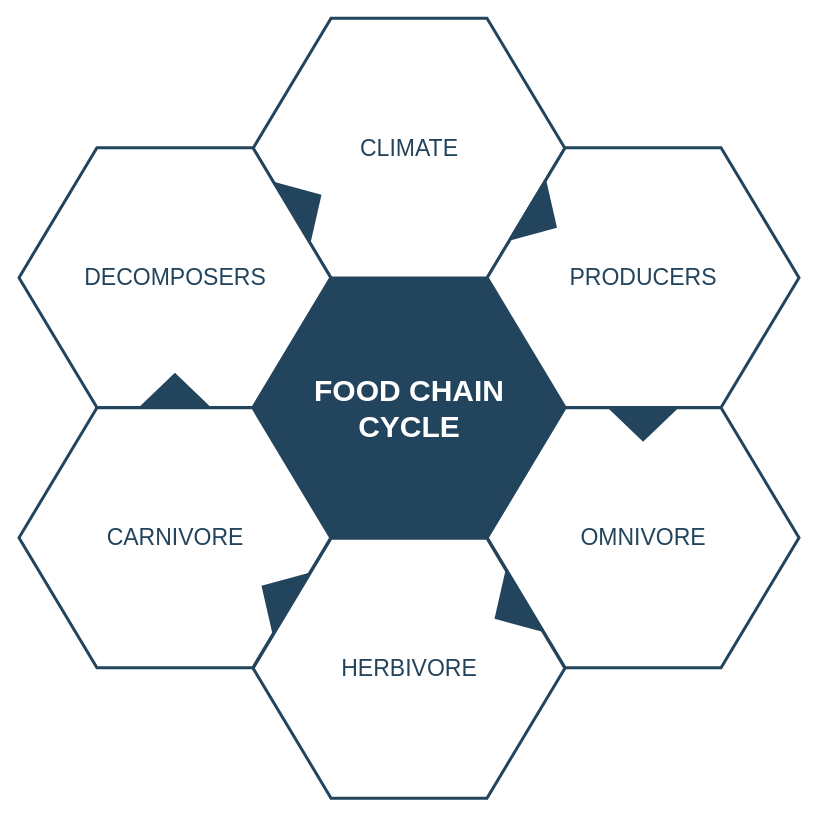
This is Biểu đồ không có tiêu đề.drawio from quanganh296/quanganh, a draw.io file, before an edit. Source tidied: cells renumbered, new cells numbered last; positions are measured from the earlier drawing's top-left corner, leaving out a move shared by most shapes. Both pictures are drawn from the tidied source at 100%, with x=0, y=0 at pixel (18, 18).
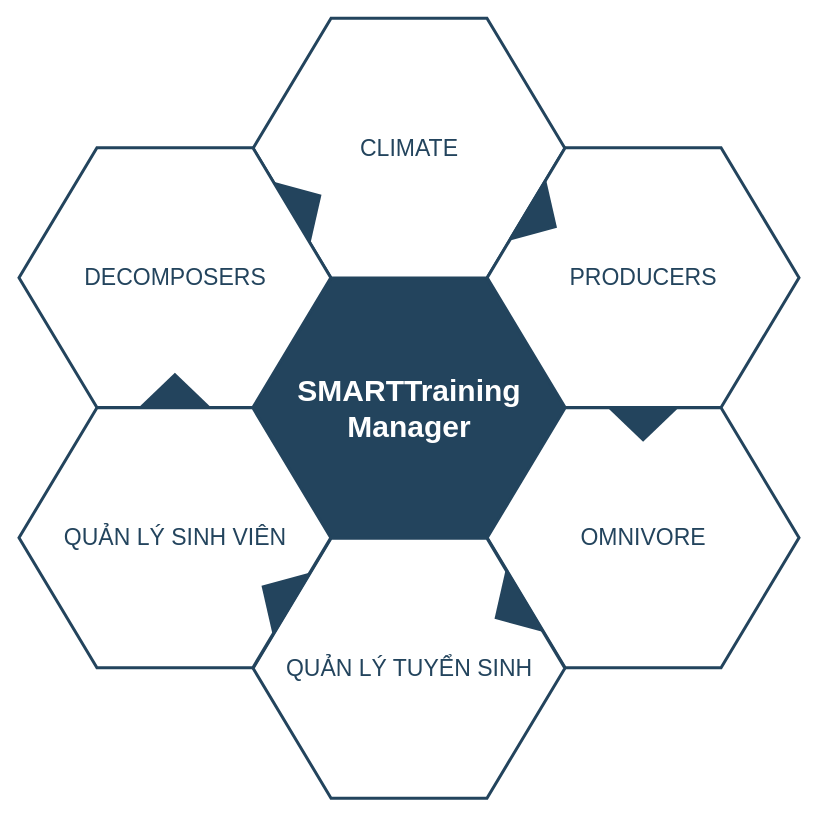
The same page after the edit.

Change to the diagram source:
```diff
@@
 <mxGraphModel>
   <root>
     <mxCell id="0" />
     <mxCell id="1" parent="0" />
-    <mxCell id="2" value="&lt;font style=&quot;font-size: 30px&quot; color=&quot;#ffffff&quot;&gt;&lt;b&gt;&lt;span&gt;FOOD CHAIN&lt;/span&gt;&lt;br&gt;&lt;span&gt;CYCLE&lt;/span&gt;&lt;/b&gt;&lt;/font&gt;&lt;br&gt;" style="shape=hexagon;perimeter=hexagonPerimeter2;whiteSpace=wrap;html=1;shadow=0;labelBackgroundColor=none;strokeColor=#23445D;fillColor=#23445D;gradientColor=none;fontFamily=Helvetica;fontSize=23;fontColor=#23445d;align=center;strokeWidth=3;" parent="1" vertex="1">
+    <mxCell id="2" value="&lt;font color=&quot;#ffffff&quot;&gt;&lt;span style=&quot;font-size: 30px;&quot;&gt;&lt;b&gt;SMARTTraining&lt;/b&gt;&lt;/span&gt;&lt;/font&gt;&lt;div&gt;&lt;font color=&quot;#ffffff&quot;&gt;&lt;span style=&quot;font-size: 30px;&quot;&gt;&lt;b&gt;Manager&lt;/b&gt;&lt;/span&gt;&lt;/font&gt;&lt;/div&gt;" style="shape=hexagon;perimeter=hexagonPerimeter2;whiteSpace=wrap;html=1;shadow=0;labelBackgroundColor=none;strokeColor=#23445D;fillColor=#23445D;gradientColor=none;fontFamily=Helvetica;fontSize=23;fontColor=#23445d;align=center;strokeWidth=3;" parent="1" vertex="1">
       <mxGeometry x="234.6" y="259.8" width="311.8" height="259.9" as="geometry" />
     </mxCell>
     <mxCell id="3" style="triangle;whiteSpace=wrap;html=1;shadow=0;labelBackgroundColor=none;strokeColor=none;fillColor=#FFFFFF;fontFamily=Helvetica;fontSize=17;fontColor=#23445d;align=center;rotation=90;gradientColor=none;flipV=1;flipH=1;opacity=20;" parent="1" vertex="1">
       <mxGeometry x="115.5" y="277.7" width="72" height="152" as="geometry" />
     </mxCell>
     <mxCell id="4" value="&lt;font style=&quot;font-size: 23px&quot;&gt;CLIMATE&lt;/font&gt;" style="shape=hexagon;perimeter=hexagonPerimeter2;whiteSpace=wrap;html=1;shadow=0;labelBackgroundColor=none;strokeColor=#23445D;fillColor=#ffffff;gradientColor=none;fontFamily=Helvetica;fontSize=23;fontColor=#23445D;align=center;strokeWidth=3;" parent="1" vertex="1">
       <mxGeometry x="234.6" y="-0.3" width="311.8" height="259.9" as="geometry" />
     </mxCell>
     <mxCell id="5" value="&lt;font style=&quot;font-size: 23px&quot;&gt;PRODUCERS&lt;/font&gt;" style="shape=hexagon;perimeter=hexagonPerimeter2;whiteSpace=wrap;html=1;shadow=0;labelBackgroundColor=none;strokeColor=#23445D;fillColor=#FFFFFF;gradientColor=none;fontFamily=Helvetica;fontSize=23;fontColor=#23445d;align=center;strokeWidth=3;" parent="1" vertex="1">
       <mxGeometry x="468.7" y="129.2" width="311.8" height="259.9" as="geometry" />
     </mxCell>
     <mxCell id="6" value="&lt;font style=&quot;font-size: 23px&quot;&gt;OMNIVORE&lt;/font&gt;" style="shape=hexagon;perimeter=hexagonPerimeter2;whiteSpace=wrap;html=1;shadow=0;labelBackgroundColor=none;strokeColor=#23445D;fillColor=#FFFFFF;gradientColor=none;fontFamily=Helvetica;fontSize=23;fontColor=#23445d;align=center;strokeWidth=3;" parent="1" vertex="1">
       <mxGeometry x="468.7" y="389.3" width="311.8" height="259.9" as="geometry" />
     </mxCell>
-    <mxCell id="7" value="&lt;font style=&quot;font-size: 23px&quot;&gt;HERBIVORE&lt;/font&gt;" style="shape=hexagon;perimeter=hexagonPerimeter2;whiteSpace=wrap;html=1;shadow=0;labelBackgroundColor=none;strokeColor=#23445D;fillColor=#FFFFFF;gradientColor=none;fontFamily=Helvetica;fontSize=23;fontColor=#23445d;align=center;strokeWidth=3;" parent="1" vertex="1">
+    <mxCell id="7" value="QUẢN LÝ TUYỂN SINH" style="shape=hexagon;perimeter=hexagonPerimeter2;whiteSpace=wrap;html=1;shadow=0;labelBackgroundColor=none;strokeColor=#23445D;fillColor=#FFFFFF;gradientColor=none;fontFamily=Helvetica;fontSize=23;fontColor=#23445d;align=center;strokeWidth=3;" parent="1" vertex="1">
       <mxGeometry x="234.6" y="519.8" width="311.8" height="259.9" as="geometry" />
     </mxCell>
-    <mxCell id="8" value="&lt;font style=&quot;font-size: 23px&quot;&gt;CARNIVORE&lt;/font&gt;" style="shape=hexagon;perimeter=hexagonPerimeter2;whiteSpace=wrap;html=1;shadow=0;labelBackgroundColor=none;strokeColor=#23445D;fillColor=#FFFFFF;gradientColor=none;fontFamily=Helvetica;fontSize=23;fontColor=#23445d;align=center;strokeWidth=3;" parent="1" vertex="1">
+    <mxCell id="8" value="&lt;font style=&quot;font-size: 23px&quot;&gt;QUẢN LÝ SINH VIÊN&lt;/font&gt;" style="shape=hexagon;perimeter=hexagonPerimeter2;whiteSpace=wrap;html=1;shadow=0;labelBackgroundColor=none;strokeColor=#23445D;fillColor=#FFFFFF;gradientColor=none;fontFamily=Helvetica;fontSize=23;fontColor=#23445d;align=center;strokeWidth=3;" parent="1" vertex="1">
       <mxGeometry x="0.5" y="389.3" width="311.8" height="259.9" as="geometry" />
     </mxCell>
     <mxCell id="9" value="&lt;font style=&quot;font-size: 23px;&quot;&gt;DECOMPOSERS&lt;/font&gt;" style="shape=hexagon;perimeter=hexagonPerimeter2;whiteSpace=wrap;html=1;shadow=0;labelBackgroundColor=none;strokeColor=#23445D;fillColor=#ffffff;gradientColor=none;fontFamily=Helvetica;fontSize=23;fontColor=#23445D;align=center;strokeWidth=3;" parent="1" vertex="1">
       <mxGeometry x="0.5" y="129.2" width="311.8" height="259.9" as="geometry" />
     </mxCell>
     <mxCell id="10" style="triangle;whiteSpace=wrap;html=1;shadow=0;labelBackgroundColor=none;strokeColor=none;fillColor=#23445D;fontFamily=Helvetica;fontSize=17;fontColor=#23445d;align=center;rotation=31;gradientColor=none;strokeWidth=3;" parent="1" vertex="1">
       <mxGeometry x="506" y="163.7" width="35" height="73" as="geometry" />
     </mxCell>
     <mxCell id="11" style="triangle;whiteSpace=wrap;html=1;shadow=0;labelBackgroundColor=none;strokeColor=none;fillColor=#23445D;fontFamily=Helvetica;fontSize=17;fontColor=#23445d;align=center;rotation=31;gradientColor=none;flipH=1;strokeWidth=3;" parent="1" vertex="1">
       <mxGeometry x="240.5" y="539.7" width="35" height="73" as="geometry" />
     </mxCell>
     <mxCell id="12" style="triangle;whiteSpace=wrap;html=1;shadow=0;labelBackgroundColor=none;strokeColor=none;fillColor=#23445D;fontFamily=Helvetica;fontSize=17;fontColor=#23445d;align=center;rotation=329;gradientColor=none;strokeWidth=3;" parent="1" vertex="1">
       <mxGeometry x="270.5" y="148.7" width="35" height="73" as="geometry" />
     </mxCell>
     <mxCell id="13" style="triangle;whiteSpace=wrap;html=1;shadow=0;labelBackgroundColor=none;strokeColor=none;fillColor=#23445D;fontFamily=Helvetica;fontSize=17;fontColor=#23445d;align=center;rotation=329;gradientColor=none;flipH=1;strokeWidth=3;" parent="1" vertex="1">
       <mxGeometry x="473.5" y="554.7" width="35" height="73" as="geometry" />
     </mxCell>
     <mxCell id="14" style="triangle;whiteSpace=wrap;html=1;shadow=0;labelBackgroundColor=none;strokeColor=none;fillColor=#23445D;fontFamily=Helvetica;fontSize=17;fontColor=#23445d;align=center;rotation=90;gradientColor=none;strokeWidth=3;" parent="1" vertex="1">
       <mxGeometry x="607.1" y="369.2" width="35" height="73" as="geometry" />
     </mxCell>
     <mxCell id="15" style="triangle;whiteSpace=wrap;html=1;shadow=0;labelBackgroundColor=none;strokeColor=none;fillColor=#23445D;fontFamily=Helvetica;fontSize=17;fontColor=#23445d;align=center;rotation=90;gradientColor=none;flipH=1;strokeWidth=3;" parent="1" vertex="1">
       <mxGeometry x="138.9" y="335.2" width="35" height="73" as="geometry" />
     </mxCell>
   </root>
 </mxGraphModel>
```
